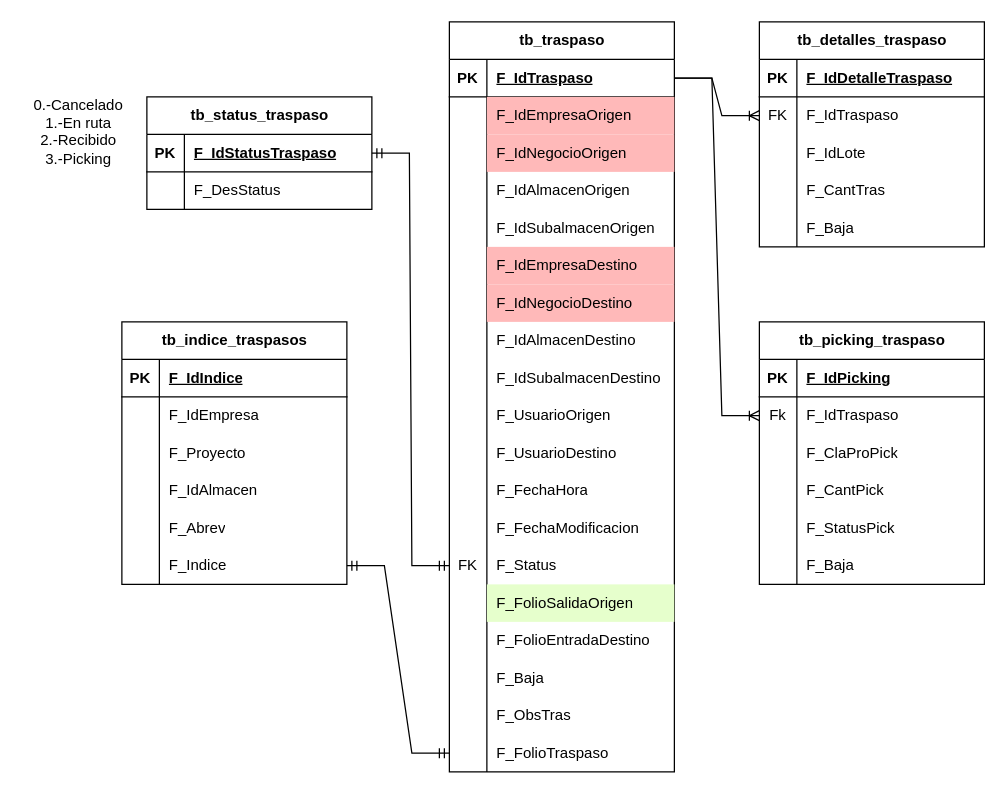
ErnestoDanielTafoyaMolinaCYM/clases-cat-cym keeps this draw.io diagram as TablaTraspasos.drawio. Above is the earlier version. Source tidied: cells renumbered, new cells numbered last; positions are measured from the earlier drawing's top-left corner, leaving out a move shared by most shapes. Both pictures are drawn from the tidied source at 125%, with x=0, y=0 at pixel (21, 21).
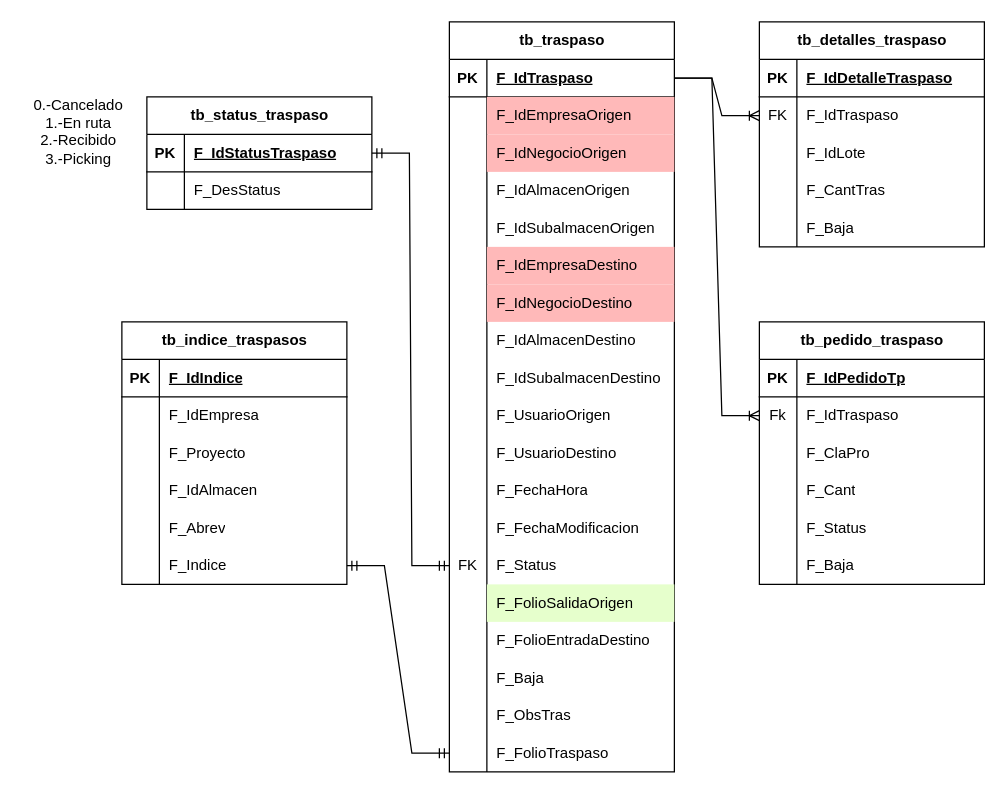
The same page after the edit.

The change refers to these unchanged cells:
```xml
<mxCell id="106" style="shape=tableRow;horizontal=0;startSize=0;swimlaneHead=0;swimlaneBody=0;fillColor=none;top=0;left=0;right=0;bottom=1;" parent="105" vertex="1">
  <mxGeometry y="30" width="180" height="30" as="geometry" />
</mxCell>
<mxCell id="112" style="shape=tableRow;horizontal=0;startSize=0;swimlaneHead=0;swimlaneBody=0;fillColor=none;top=0;left=0;right=0;bottom=0;" parent="105" vertex="1">
  <mxGeometry y="90" width="180" height="30" as="geometry" />
</mxCell>
<mxCell id="115" style="shape=tableRow;horizontal=0;startSize=0;swimlaneHead=0;swimlaneBody=0;fillColor=none;top=0;left=0;right=0;bottom=0;" parent="105" vertex="1">
  <mxGeometry y="120" width="180" height="30" as="geometry" />
</mxCell>
<mxCell id="118" style="shape=tableRow;horizontal=0;startSize=0;swimlaneHead=0;swimlaneBody=0;fillColor=none;top=0;left=0;right=0;bottom=0;" parent="105" vertex="1">
  <mxGeometry y="150" width="180" height="30" as="geometry" />
</mxCell>
```

The edit, as a diff of the source:
```diff
@@
-    <mxCell id="105" value="tb_picking_traspaso" style="shape=table;startSize=30;childLayout=tableLayout;rowLines=0;fontStyle=1;align=center;html=1;" parent="1" vertex="1">
+    <mxCell id="105" value="tb_pedido_traspaso" style="shape=table;startSize=30;childLayout=tableLayout;rowLines=0;fontStyle=1;align=center;html=1;" parent="1" vertex="1">
       <mxGeometry x="590" y="240" width="180" height="210" as="geometry" />
     </mxCell>
@@
-    <mxCell id="108" value="F_IdPicking" style="shape=partialRectangle;fillColor=none;top=0;left=0;bottom=0;right=0;align=left;spacingLeft=6;fontStyle=5;overflow=hidden;whiteSpace=wrap;html=1;" parent="106" vertex="1">
+    <mxCell id="108" value="F_IdPedidoTp" style="shape=partialRectangle;fillColor=none;top=0;left=0;bottom=0;right=0;align=left;spacingLeft=6;fontStyle=5;overflow=hidden;whiteSpace=wrap;html=1;" parent="106" vertex="1">
       <mxGeometry x="30" width="150" height="30" as="geometry" />
     </mxCell>
@@
-    <mxCell id="114" value="F_ClaProPick" style="shape=partialRectangle;fillColor=none;top=0;left=0;bottom=0;right=0;align=left;spacingLeft=6;overflow=hidden;whiteSpace=wrap;html=1;" parent="112" vertex="1">
+    <mxCell id="114" value="F_ClaPro" style="shape=partialRectangle;fillColor=none;top=0;left=0;bottom=0;right=0;align=left;spacingLeft=6;overflow=hidden;whiteSpace=wrap;html=1;" parent="112" vertex="1">
       <mxGeometry x="30" width="150" height="30" as="geometry" />
     </mxCell>
@@
-    <mxCell id="117" value="F_CantPick" style="shape=partialRectangle;fillColor=none;top=0;left=0;bottom=0;right=0;align=left;spacingLeft=6;overflow=hidden;whiteSpace=wrap;html=1;" parent="115" vertex="1">
+    <mxCell id="117" value="F_Cant" style="shape=partialRectangle;fillColor=none;top=0;left=0;bottom=0;right=0;align=left;spacingLeft=6;overflow=hidden;whiteSpace=wrap;html=1;" parent="115" vertex="1">
       <mxGeometry x="30" width="150" height="30" as="geometry" />
     </mxCell>
@@
-    <mxCell id="120" value="F_StatusPick" style="shape=partialRectangle;fillColor=none;top=0;left=0;bottom=0;right=0;align=left;spacingLeft=6;overflow=hidden;whiteSpace=wrap;html=1;" parent="118" vertex="1">
+    <mxCell id="120" value="F_Status" style="shape=partialRectangle;fillColor=none;top=0;left=0;bottom=0;right=0;align=left;spacingLeft=6;overflow=hidden;whiteSpace=wrap;html=1;" parent="118" vertex="1">
       <mxGeometry x="30" width="150" height="30" as="geometry" />
     </mxCell>
```
